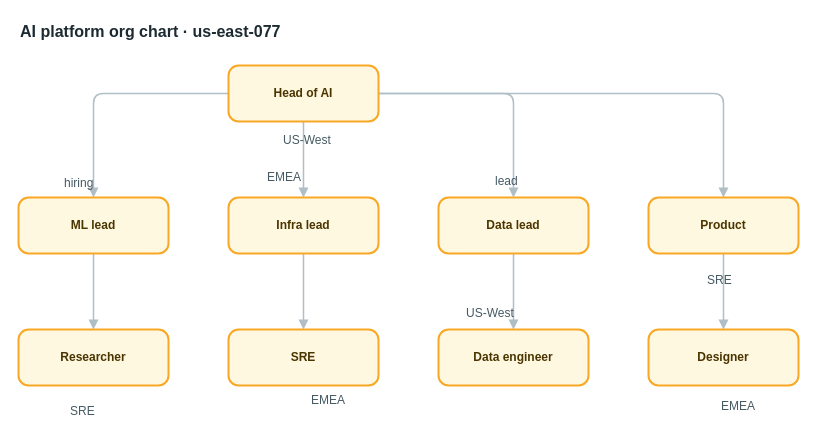
Earlier version of the draw.io diagram apps/web/public/samples/library/077-ai-platform-org-chart.drawio (AryanG01/open-apprentice). Source tidied: cells renumbered, new cells numbered last; positions are measured from the earlier drawing's top-left corner, leaving out a move shared by most shapes. Both pictures are drawn from the tidied source at 100%, with x=0, y=0 at pixel (18, 17).
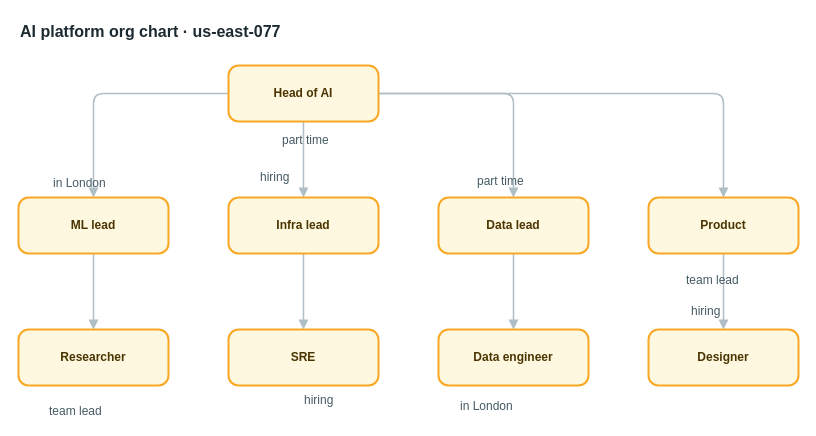
The same page after the edit.

Diff of the diagram source:
```diff
@@
-    <mxCell id="20" value="US-West" style="text;html=1;align=left;verticalAlign=top;whiteSpace=nowrap;spacing=0;spacingTop=0;strokeColor=none;fillColor=none;fontSize=12;fontColor=#455a64;" parent="1" vertex="1">
-      <mxGeometry x="265" y="111" width="61" height="20" as="geometry" />
+    <mxCell id="20" value="part time" style="text;html=1;align=left;verticalAlign=top;whiteSpace=nowrap;spacing=0;spacingTop=0;strokeColor=none;fillColor=none;fontSize=12;fontColor=#455a64;" parent="1" vertex="1">
+      <mxGeometry x="264" y="111" width="75" height="20" as="geometry" />
     </mxCell>
-    <mxCell id="21" value="hiring" style="text;html=1;align=left;verticalAlign=top;whiteSpace=nowrap;spacing=0;spacingTop=0;strokeColor=none;fillColor=none;fontSize=12;fontColor=#455a64;" parent="1" vertex="1">
-      <mxGeometry x="46" y="154" width="54" height="20" as="geometry" />
+    <mxCell id="21" value="in London" style="text;html=1;align=left;verticalAlign=top;whiteSpace=nowrap;spacing=0;spacingTop=0;strokeColor=none;fillColor=none;fontSize=12;fontColor=#455a64;" parent="1" vertex="1">
+      <mxGeometry x="35" y="154" width="75" height="20" as="geometry" />
     </mxCell>
-    <mxCell id="22" value="EMEA" style="text;html=1;align=left;verticalAlign=top;whiteSpace=nowrap;spacing=0;spacingTop=0;strokeColor=none;fillColor=none;fontSize=12;fontColor=#455a64;" parent="1" vertex="1">
-      <mxGeometry x="249" y="148" width="40" height="20" as="geometry" />
+    <mxCell id="22" value="hiring" style="text;html=1;align=left;verticalAlign=top;whiteSpace=nowrap;spacing=0;spacingTop=0;strokeColor=none;fillColor=none;fontSize=12;fontColor=#455a64;" parent="1" vertex="1">
+      <mxGeometry x="242" y="148" width="54" height="20" as="geometry" />
     </mxCell>
-    <mxCell id="23" value="lead" style="text;html=1;align=left;verticalAlign=top;whiteSpace=nowrap;spacing=0;spacingTop=0;strokeColor=none;fillColor=none;fontSize=12;fontColor=#455a64;" parent="1" vertex="1">
-      <mxGeometry x="477" y="152" width="40" height="20" as="geometry" />
+    <mxCell id="23" value="part time" style="text;html=1;align=left;verticalAlign=top;whiteSpace=nowrap;spacing=0;spacingTop=0;strokeColor=none;fillColor=none;fontSize=12;fontColor=#455a64;" parent="1" vertex="1">
+      <mxGeometry x="459" y="152" width="75" height="20" as="geometry" />
     </mxCell>
-    <mxCell id="24" value="SRE" style="text;html=1;align=left;verticalAlign=top;whiteSpace=nowrap;spacing=0;spacingTop=0;strokeColor=none;fillColor=none;fontSize=12;fontColor=#455a64;" parent="1" vertex="1">
-      <mxGeometry x="689" y="251" width="33" height="20" as="geometry" />
+    <mxCell id="24" value="team lead" style="text;html=1;align=left;verticalAlign=top;whiteSpace=nowrap;spacing=0;spacingTop=0;strokeColor=none;fillColor=none;fontSize=12;fontColor=#455a64;" parent="1" vertex="1">
+      <mxGeometry x="668" y="251" width="75" height="20" as="geometry" />
     </mxCell>
-    <mxCell id="25" value="SRE" style="text;html=1;align=left;verticalAlign=top;whiteSpace=nowrap;spacing=0;spacingTop=0;strokeColor=none;fillColor=none;fontSize=12;fontColor=#455a64;" parent="1" vertex="1">
-      <mxGeometry x="52" y="382" width="33" height="20" as="geometry" />
+    <mxCell id="25" value="team lead" style="text;html=1;align=left;verticalAlign=top;whiteSpace=nowrap;spacing=0;spacingTop=0;strokeColor=none;fillColor=none;fontSize=12;fontColor=#455a64;" parent="1" vertex="1">
+      <mxGeometry x="31" y="382" width="75" height="20" as="geometry" />
     </mxCell>
-    <mxCell id="26" value="EMEA" style="text;html=1;align=left;verticalAlign=top;whiteSpace=nowrap;spacing=0;spacingTop=0;strokeColor=none;fillColor=none;fontSize=12;fontColor=#455a64;" parent="1" vertex="1">
-      <mxGeometry x="293" y="371" width="40" height="20" as="geometry" />
+    <mxCell id="26" value="hiring" style="text;html=1;align=left;verticalAlign=top;whiteSpace=nowrap;spacing=0;spacingTop=0;strokeColor=none;fillColor=none;fontSize=12;fontColor=#455a64;" parent="1" vertex="1">
+      <mxGeometry x="286" y="371" width="54" height="20" as="geometry" />
     </mxCell>
-    <mxCell id="27" value="US-West" style="text;html=1;align=left;verticalAlign=top;whiteSpace=nowrap;spacing=0;spacingTop=0;strokeColor=none;fillColor=none;fontSize=12;fontColor=#455a64;" parent="1" vertex="1">
-      <mxGeometry x="448" y="284" width="61" height="20" as="geometry" />
+    <mxCell id="27" value="in London" style="text;html=1;align=left;verticalAlign=top;whiteSpace=nowrap;spacing=0;spacingTop=0;strokeColor=none;fillColor=none;fontSize=12;fontColor=#455a64;" parent="1" vertex="1">
+      <mxGeometry x="442" y="377" width="75" height="20" as="geometry" />
     </mxCell>
-    <mxCell id="28" value="EMEA" style="text;html=1;align=left;verticalAlign=top;whiteSpace=nowrap;spacing=0;spacingTop=0;strokeColor=none;fillColor=none;fontSize=12;fontColor=#455a64;" parent="1" vertex="1">
-      <mxGeometry x="703" y="377" width="40" height="20" as="geometry" />
+    <mxCell id="28" value="hiring" style="text;html=1;align=left;verticalAlign=top;whiteSpace=nowrap;spacing=0;spacingTop=0;strokeColor=none;fillColor=none;fontSize=12;fontColor=#455a64;" parent="1" vertex="1">
+      <mxGeometry x="673" y="282" width="54" height="20" as="geometry" />
     </mxCell>
```
